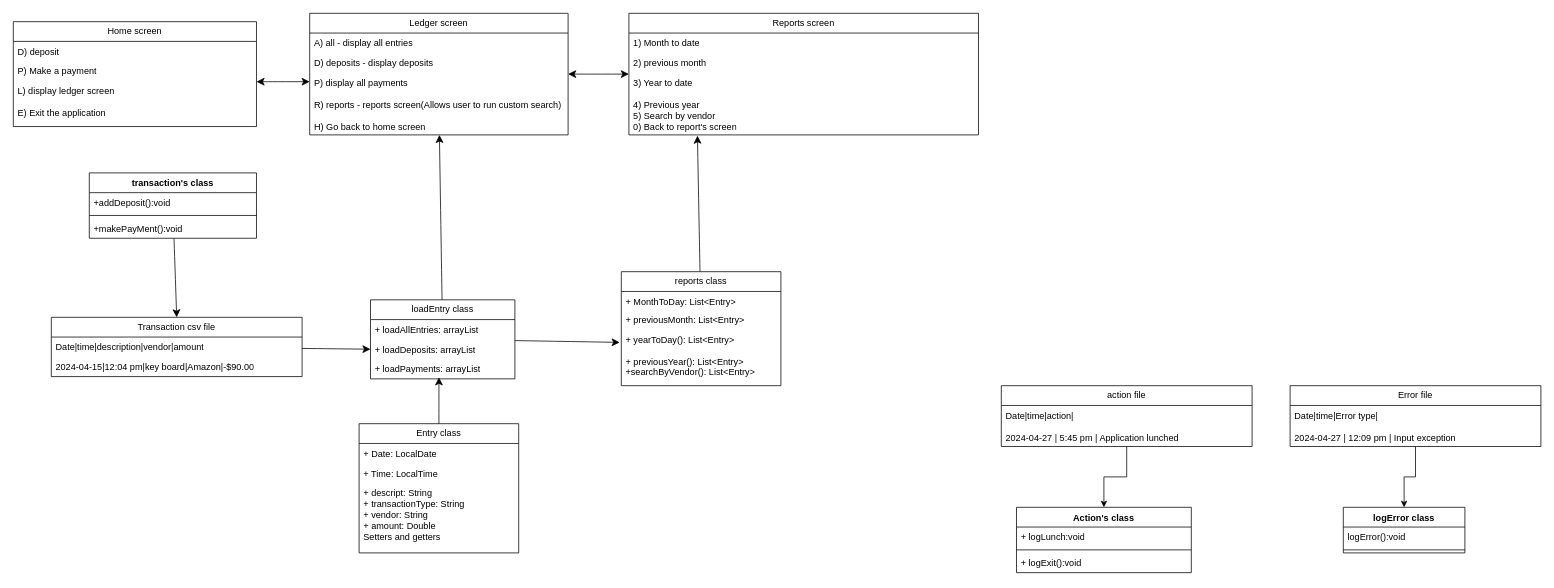
Before: project-digram.drawio in fahd209/capstone-1, a draw.io diagram. Source tidied: cells renumbered, new cells numbered last; positions are measured from the earlier drawing's top-left corner, leaving out a move shared by most shapes. Both pictures are drawn from the tidied source at 76%, with x=0, y=0 at pixel (13, 13).
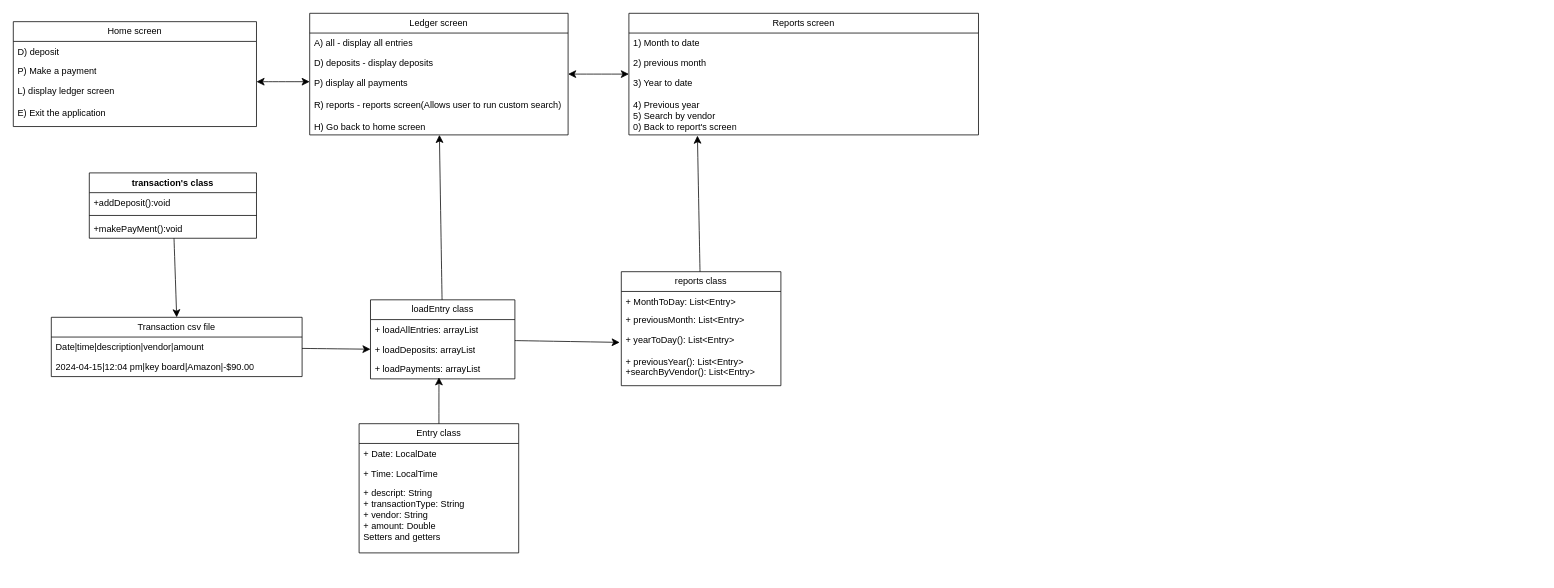
Above is the later version.

What changed in the source:
```diff
@@
-    <mxCell id="6" style="edgeStyle=orthogonalEdgeStyle;rounded=0;jettySize=auto;html=1;entryX=0.5;entryY=0;entryDx=0;entryDy=0;" parent="1" edge="1" source="7" target="33">
-      <mxGeometry relative="1" as="geometry" />
-    </mxCell>
-    <mxCell id="7" value="Error file" style="swimlane;fontStyle=0;horizontal=1;startSize=26;fillColor=none;whiteSpace=wrap;html=1;" parent="1" vertex="1">
-      <mxGeometry x="1680" y="490" width="330" height="80" as="geometry" />
-    </mxCell>
-    <mxCell id="8" value="Date|time|Error type|&lt;div&gt;&lt;br&gt;&lt;/div&gt;&lt;div&gt;2024-04-27 | 12:09 pm | Input exception&lt;/div&gt;" style="text;strokeColor=none;fillColor=none;align=left;verticalAlign=top;spacingLeft=4;spacingRight=4;overflow=hidden;whiteSpace=wrap;html=1;" parent="7" vertex="1">
-      <mxGeometry y="26" width="330" height="54" as="geometry" />
-    </mxCell>
@@
-    <mxCell id="26" value="Action's class&lt;div&gt;&lt;br&gt;&lt;/div&gt;" style="swimlane;fontStyle=1;align=center;verticalAlign=top;horizontal=1;startSize=26;whiteSpace=wrap;html=1;" parent="1" vertex="1">
-      <mxGeometry x="1320" y="650" width="230" height="86" as="geometry" />
-    </mxCell>
-    <mxCell id="27" value="+ logLunch:void" style="text;strokeColor=none;fillColor=none;align=left;verticalAlign=top;spacingLeft=4;spacingRight=4;overflow=hidden;whiteSpace=wrap;html=1;" parent="26" vertex="1">
-      <mxGeometry y="26" width="230" height="26" as="geometry" />
-    </mxCell>
-    <mxCell id="28" style="line;strokeWidth=1;fillColor=none;align=left;verticalAlign=middle;spacingTop=-1;spacingLeft=3;spacingRight=3;labelPosition=right;strokeColor=inherit;" parent="26" vertex="1">
-      <mxGeometry y="52" width="230" height="8" as="geometry" />
-    </mxCell>
-    <mxCell id="29" value="+ logExit():void" style="text;strokeColor=none;fillColor=none;align=left;verticalAlign=top;spacingLeft=4;spacingRight=4;overflow=hidden;whiteSpace=wrap;html=1;" parent="26" vertex="1">
-      <mxGeometry y="60" width="230" height="26" as="geometry" />
-    </mxCell>
-    <mxCell id="30" style="edgeStyle=orthogonalEdgeStyle;rounded=0;jettySize=auto;html=1;entryX=0.5;entryY=0;entryDx=0;entryDy=0;" parent="1" edge="1" source="31" target="26">
-      <mxGeometry relative="1" as="geometry" />
-    </mxCell>
-    <mxCell id="31" value="action file" style="swimlane;fontStyle=0;horizontal=1;startSize=26;fillColor=none;whiteSpace=wrap;html=1;" parent="1" vertex="1">
-      <mxGeometry x="1300" y="490" width="330" height="80" as="geometry" />
-    </mxCell>
-    <mxCell id="32" value="Date|time|action|&lt;div&gt;&lt;br&gt;&lt;/div&gt;&lt;div&gt;2024-04-27 | 5:45 pm | Application lunched&lt;/div&gt;" style="text;strokeColor=none;fillColor=none;align=left;verticalAlign=top;spacingLeft=4;spacingRight=4;overflow=hidden;whiteSpace=wrap;html=1;" parent="31" vertex="1">
-      <mxGeometry y="26" width="330" height="54" as="geometry" />
-    </mxCell>
-    <mxCell id="33" value="logError class" style="swimlane;fontStyle=1;align=center;verticalAlign=top;horizontal=1;startSize=26;whiteSpace=wrap;html=1;" parent="1" vertex="1">
-      <mxGeometry x="1750" y="650" width="160" height="60" as="geometry" />
-    </mxCell>
-    <mxCell id="34" value="logError():void" style="text;strokeColor=none;fillColor=none;align=left;verticalAlign=top;spacingLeft=4;spacingRight=4;overflow=hidden;whiteSpace=wrap;html=1;" parent="33" vertex="1">
-      <mxGeometry y="26" width="160" height="26" as="geometry" />
-    </mxCell>
-    <mxCell id="35" style="line;strokeWidth=1;fillColor=none;align=left;verticalAlign=middle;spacingTop=-1;spacingLeft=3;spacingRight=3;labelPosition=right;strokeColor=inherit;" parent="33" vertex="1">
-      <mxGeometry y="52" width="160" height="8" as="geometry" />
-    </mxCell>
```
